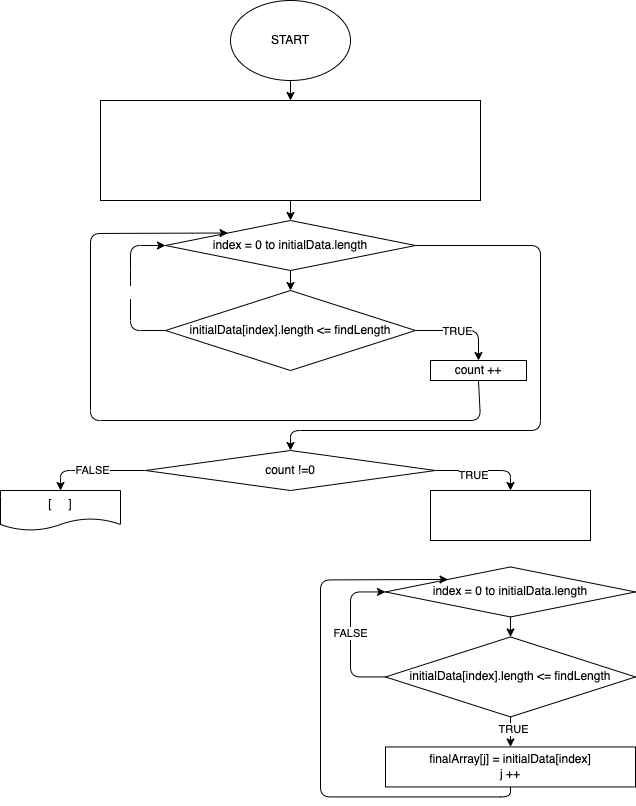
Above: diagram.drawio.png in Moerushi/FINAL_PROJECT (draw.io), before the change. Source tidied: cells renumbered, new cells last; positions are measured from the earlier drawing's top-left corner, leaving out a move shared by most shapes.
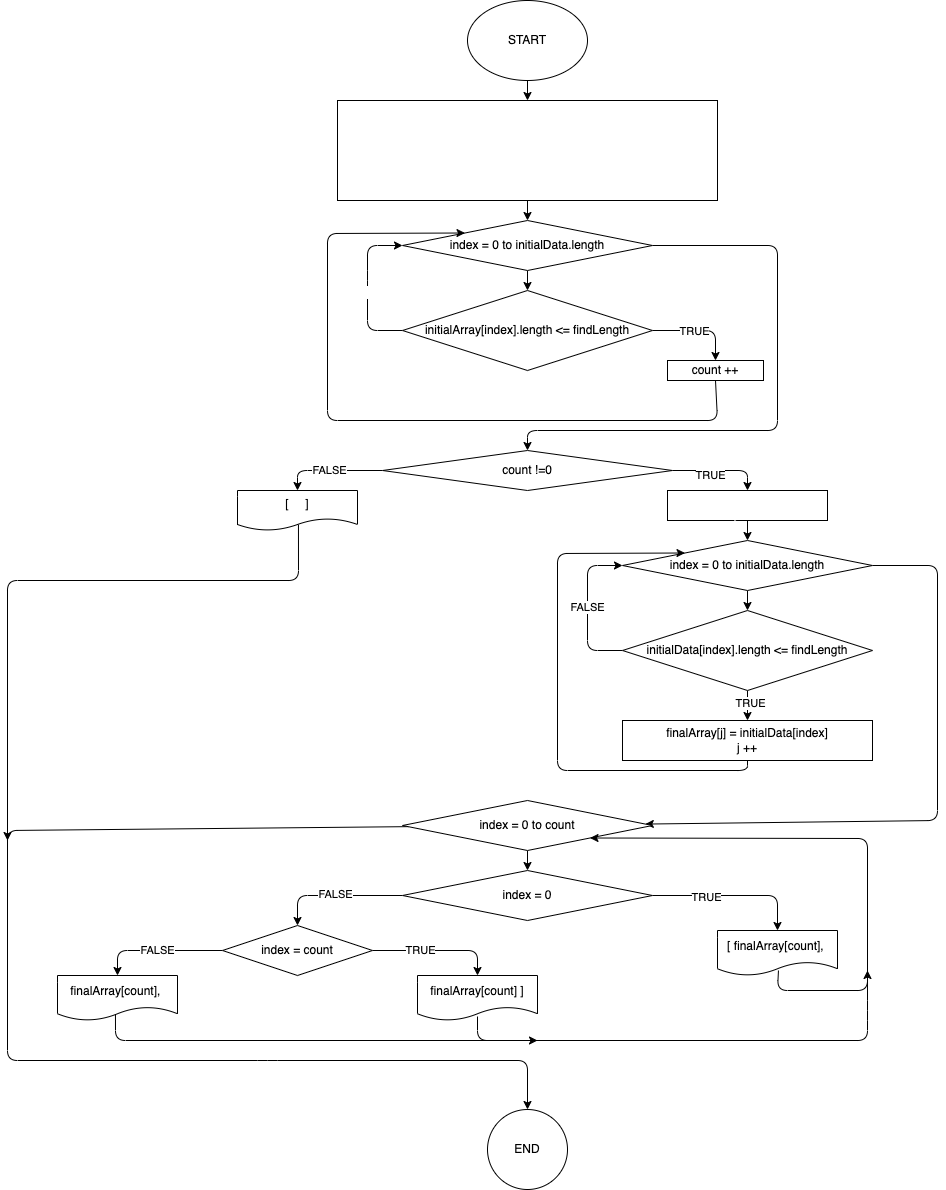
Later version of the same file.

The edit, as a diff of the source:
```diff
@@ -51,7 +51,7 @@
     <mxCell id="12" value="TRUE" style="edgeLabel;html=1;align=center;verticalAlign=middle;" parent="11" vertex="1">
       <mxGeometry x="-0.12" relative="1" as="geometry" />
     </mxCell>
-    <mxCell id="13" value="initialData[index].length &amp;lt;= findLength" style="rhombus;whiteSpace=wrap;html=1;" parent="1" vertex="1">
+    <mxCell id="13" value="initialArray[index].length &amp;lt;= findLength" style="rhombus;whiteSpace=wrap;html=1;" parent="1" vertex="1">
       <mxGeometry x="165" y="290" width="250" height="80" as="geometry" />
     </mxCell>
     <mxCell id="14" style="edgeStyle=none;html=1;exitX=0.5;exitY=1;exitDx=0;exitDy=0;entryX=0;entryY=0;entryDx=0;entryDy=0;" parent="1" edge="1" source="15" target="8">
@@ -66,13 +66,11 @@
     <mxCell id="15" value="count ++" style="whiteSpace=wrap;html=1;" parent="1" vertex="1">
       <mxGeometry x="430" y="360" width="96" height="20" as="geometry" />
     </mxCell>
-    <mxCell id="16" style="edgeStyle=none;html=1;exitX=0.5;exitY=1;exitDx=0;exitDy=0;entryX=0.5;entryY=0;entryDx=0;entryDy=0;" parent="1" edge="1" target="24">
-      <mxGeometry relative="1" as="geometry">
-        <mxPoint x="510" y="566.4" as="sourcePoint" />
-      </mxGeometry>
+    <mxCell id="16" style="edgeStyle=none;html=1;exitX=0.5;exitY=1;exitDx=0;exitDy=0;entryX=0.5;entryY=0;entryDx=0;entryDy=0;" parent="1" edge="1" source="17" target="24">
+      <mxGeometry relative="1" as="geometry" />
     </mxCell>
-    <mxCell id="17" value="&lt;font color=&quot;#ffffff&quot;&gt;&lt;span style=&quot;font-family: &amp;quot;Helvetica Neue&amp;quot;; font-size: 13px; text-align: start; background-color: initial;&quot;&gt;finalArray [&lt;/span&gt;&lt;/font&gt;&lt;span style=&quot;color: rgb(255, 255, 255); font-family: &amp;quot;Helvetica Neue&amp;quot;; font-size: 13px; text-align: start;&quot;&gt;count]&lt;br&gt;j = 0&lt;br&gt;result = &quot;&quot;&lt;br&gt;&lt;/span&gt;" style="whiteSpace=wrap;html=1;" parent="1" vertex="1">
-      <mxGeometry x="430" y="490" width="160" height="50" as="geometry" />
+    <mxCell id="17" value="&lt;font color=&quot;#ffffff&quot;&gt;&lt;span style=&quot;font-family: &amp;quot;Helvetica Neue&amp;quot;; font-size: 13px; text-align: start; background-color: initial;&quot;&gt;finalArray [&lt;/span&gt;&lt;/font&gt;&lt;span style=&quot;color: rgb(255, 255, 255); font-family: &amp;quot;Helvetica Neue&amp;quot;; font-size: 13px; text-align: start;&quot;&gt;count]&lt;br&gt;j = 0&lt;br&gt;&lt;/span&gt;" style="whiteSpace=wrap;html=1;" parent="1" vertex="1">
+      <mxGeometry x="430" y="490" width="160" height="30" as="geometry" />
     </mxCell>
     <mxCell id="18" style="edgeStyle=none;html=1;exitX=1;exitY=0.5;exitDx=0;exitDy=0;entryX=0.5;entryY=0;entryDx=0;entryDy=0;" parent="1" edge="1" source="21" target="17">
       <mxGeometry relative="1" as="geometry">
@@ -94,20 +92,37 @@
     <mxCell id="21" value="count !=0" style="rhombus;whiteSpace=wrap;html=1;" parent="1" vertex="1">
       <mxGeometry x="145" y="450" width="290" height="40" as="geometry" />
     </mxCell>
+    <mxCell id="31" style="edgeStyle=none;html=1;exitX=0.508;exitY=0.85;exitDx=0;exitDy=0;exitPerimeter=0;" parent="1" edge="1" source="22">
+      <mxGeometry relative="1" as="geometry">
+        <mxPoint x="-230" y="840" as="targetPoint" />
+        <Array as="points">
+          <mxPoint x="61" y="580" />
+          <mxPoint x="-230" y="580" />
+        </Array>
+      </mxGeometry>
+    </mxCell>
     <mxCell id="22" value="[&amp;nbsp; &amp;nbsp; &amp;nbsp;]" style="shape=document;whiteSpace=wrap;html=1;boundedLbl=1;" parent="1" vertex="1">
       <mxGeometry y="490" width="120" height="40" as="geometry" />
     </mxCell>
     <mxCell id="23" style="edgeStyle=none;html=1;exitX=0.5;exitY=1;exitDx=0;exitDy=0;entryX=0.5;entryY=0;entryDx=0;entryDy=0;" parent="1" edge="1" source="24" target="28">
       <mxGeometry relative="1" as="geometry" />
     </mxCell>
+    <mxCell id="32" style="edgeStyle=none;html=1;" parent="1" edge="1" source="24" target="35">
+      <mxGeometry relative="1" as="geometry">
+        <Array as="points">
+          <mxPoint x="700" y="565" />
+          <mxPoint x="700" y="820" />
+        </Array>
+      </mxGeometry>
+    </mxCell>
     <mxCell id="24" value="index = 0 to initialData.length" style="rhombus;whiteSpace=wrap;html=1;" parent="1" vertex="1">
-      <mxGeometry x="385" y="566.4" width="250" height="50" as="geometry" />
+      <mxGeometry x="385" y="540" width="250" height="50" as="geometry" />
     </mxCell>
     <mxCell id="25" value="FALSE" style="edgeStyle=none;html=1;exitX=0;exitY=0.5;exitDx=0;exitDy=0;entryX=0;entryY=0.5;entryDx=0;entryDy=0;" parent="1" edge="1" source="28" target="24">
       <mxGeometry relative="1" as="geometry">
         <Array as="points">
-          <mxPoint x="350" y="676.4" />
-          <mxPoint x="350" y="591.4" />
+          <mxPoint x="350" y="650" />
+          <mxPoint x="350" y="565" />
         </Array>
       </mxGeometry>
     </mxCell>
@@ -118,19 +133,117 @@
       <mxGeometry x="-0.2" y="2" relative="1" as="geometry" />
     </mxCell>
     <mxCell id="28" value="initialData[index].length &amp;lt;= findLength" style="rhombus;whiteSpace=wrap;html=1;" parent="1" vertex="1">
-      <mxGeometry x="385" y="636.4" width="250" height="80" as="geometry" />
+      <mxGeometry x="385" y="610" width="250" height="80" as="geometry" />
     </mxCell>
     <mxCell id="29" style="edgeStyle=none;html=1;exitX=0.5;exitY=1;exitDx=0;exitDy=0;entryX=0;entryY=0;entryDx=0;entryDy=0;" parent="1" edge="1" source="30" target="24">
       <mxGeometry relative="1" as="geometry">
         <Array as="points">
-          <mxPoint x="510" y="796.4" />
-          <mxPoint x="320" y="796.4" />
-          <mxPoint x="320" y="579.4" />
+          <mxPoint x="510" y="770" />
+          <mxPoint x="320" y="770" />
+          <mxPoint x="320" y="553" />
         </Array>
       </mxGeometry>
     </mxCell>
     <mxCell id="30" value="finalArray[j] = initialData[index]&lt;br&gt;j ++" style="whiteSpace=wrap;html=1;" parent="1" vertex="1">
-      <mxGeometry x="385" y="746.4" width="250" height="40" as="geometry" />
+      <mxGeometry x="385" y="720" width="250" height="40" as="geometry" />
     </mxCell>
+    <mxCell id="33" style="edgeStyle=none;html=1;" parent="1" edge="1" source="35" target="40">
+      <mxGeometry relative="1" as="geometry" />
+    </mxCell>
+    <mxCell id="34" style="edgeStyle=none;html=1;" parent="1" edge="1" source="35" target="51">
+      <mxGeometry relative="1" as="geometry">
+        <Array as="points">
+          <mxPoint x="-230" y="830" />
+          <mxPoint x="-230" y="1060" />
+          <mxPoint x="30" y="1060" />
+          <mxPoint x="290" y="1060" />
+        </Array>
+      </mxGeometry>
+    </mxCell>
+    <mxCell id="35" value="index = 0 to count" style="rhombus;whiteSpace=wrap;html=1;" parent="1" vertex="1">
+      <mxGeometry x="165" y="800" width="250" height="50" as="geometry" />
+    </mxCell>
+    <mxCell id="36" style="edgeStyle=none;html=1;" parent="1" edge="1" source="40" target="42">
+      <mxGeometry relative="1" as="geometry">
+        <Array as="points">
+          <mxPoint x="540" y="895" />
+        </Array>
+      </mxGeometry>
+    </mxCell>
+    <mxCell id="37" value="TRUE" style="edgeLabel;html=1;align=center;verticalAlign=middle;" parent="36" vertex="1">
+      <mxGeometry x="-0.34" y="-1" relative="1" as="geometry" />
+    </mxCell>
+    <mxCell id="38" style="edgeStyle=none;html=1;" parent="1" edge="1" source="40" target="46">
+      <mxGeometry relative="1" as="geometry">
+        <Array as="points">
+          <mxPoint x="60" y="895" />
+        </Array>
+      </mxGeometry>
+    </mxCell>
+    <mxCell id="39" value="FALSE" style="edgeLabel;html=1;align=center;verticalAlign=middle;" parent="38" vertex="1">
+      <mxGeometry x="0.01" y="-2" relative="1" as="geometry" />
+    </mxCell>
+    <mxCell id="40" value="index = 0" style="rhombus;whiteSpace=wrap;html=1;" parent="1" vertex="1">
+      <mxGeometry x="165" y="870" width="250" height="50" as="geometry" />
+    </mxCell>
+    <mxCell id="41" style="edgeStyle=none;html=1;exitX=0.508;exitY=0.889;exitDx=0;exitDy=0;entryX=1;entryY=1;entryDx=0;entryDy=0;exitPerimeter=0;" parent="1" edge="1" source="42" target="35">
+      <mxGeometry relative="1" as="geometry">
+        <Array as="points">
+          <mxPoint x="540" y="990" />
+          <mxPoint x="630" y="990" />
+          <mxPoint x="630" y="838" />
+        </Array>
+      </mxGeometry>
+    </mxCell>
+    <mxCell id="42" value="[ finalArray[count],&amp;nbsp;" style="shape=document;whiteSpace=wrap;html=1;boundedLbl=1;" parent="1" vertex="1">
+      <mxGeometry x="480" y="930" width="120" height="45" as="geometry" />
+    </mxCell>
+    <mxCell id="43" style="edgeStyle=none;html=1;exitX=1;exitY=0.5;exitDx=0;exitDy=0;entryX=0.5;entryY=0;entryDx=0;entryDy=0;" parent="1" edge="1" source="46" target="48">
+      <mxGeometry relative="1" as="geometry">
+        <Array as="points">
+          <mxPoint x="240" y="950" />
+        </Array>
+      </mxGeometry>
+    </mxCell>
+    <mxCell id="44" value="TRUE" style="edgeLabel;html=1;align=center;verticalAlign=middle;" parent="43" vertex="1">
+      <mxGeometry x="-0.28" y="1" relative="1" as="geometry" />
+    </mxCell>
+    <mxCell id="45" value="FALSE" style="edgeStyle=none;html=1;exitX=0;exitY=0.5;exitDx=0;exitDy=0;entryX=0.5;entryY=0;entryDx=0;entryDy=0;" parent="1" edge="1" source="46" target="50">
+      <mxGeometry relative="1" as="geometry">
+        <Array as="points">
+          <mxPoint x="-120" y="950" />
+        </Array>
+      </mxGeometry>
+    </mxCell>
+    <mxCell id="46" value="index = count" style="rhombus;whiteSpace=wrap;html=1;" parent="1" vertex="1">
+      <mxGeometry x="-15" y="925" width="150" height="50" as="geometry" />
+    </mxCell>
+    <mxCell id="47" style="edgeStyle=none;html=1;exitX=0.5;exitY=0.911;exitDx=0;exitDy=0;exitPerimeter=0;" parent="1" edge="1" source="48">
+      <mxGeometry relative="1" as="geometry">
+        <mxPoint x="630" y="970" as="targetPoint" />
+        <Array as="points">
+          <mxPoint x="240" y="1040" />
+          <mxPoint x="630" y="1040" />
+          <mxPoint x="630" y="1010" />
+        </Array>
+      </mxGeometry>
+    </mxCell>
+    <mxCell id="48" value="finalArray[count] ]" style="shape=document;whiteSpace=wrap;html=1;boundedLbl=1;" parent="1" vertex="1">
+      <mxGeometry x="180" y="975" width="120" height="45" as="geometry" />
+    </mxCell>
+    <mxCell id="49" style="edgeStyle=none;html=1;exitX=0.483;exitY=0.844;exitDx=0;exitDy=0;exitPerimeter=0;" parent="1" edge="1" source="50">
+      <mxGeometry relative="1" as="geometry">
+        <mxPoint x="300" y="1040" as="targetPoint" />
+        <Array as="points">
+          <mxPoint x="-122" y="1040" />
+        </Array>
+      </mxGeometry>
+    </mxCell>
+    <mxCell id="50" value="finalArray[count],&amp;nbsp;" style="shape=document;whiteSpace=wrap;html=1;boundedLbl=1;" parent="1" vertex="1">
+      <mxGeometry x="-180" y="975" width="120" height="45" as="geometry" />
+    </mxCell>
+    <mxCell id="51" value="END" style="ellipse;whiteSpace=wrap;html=1;" parent="1" vertex="1">
+      <mxGeometry x="250" y="1109" width="80" height="80" as="geometry" />
+    </mxCell>
   </root>
 </mxGraphModel>
```
